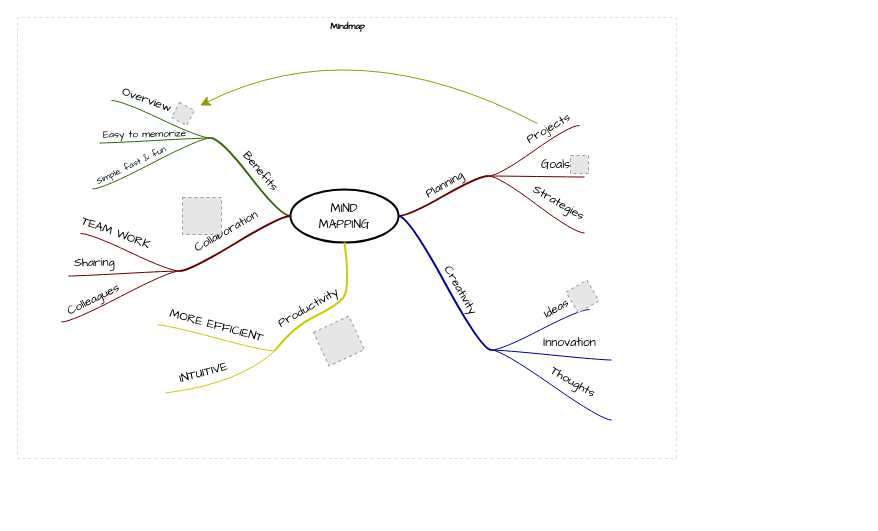
Above: 99.drawio in wulihuawuqia/draw (draw.io), before the change. Source tidied: cells renumbered, new cells numbered last; positions are measured from the earlier drawing's top-left corner, leaving out a move shared by most shapes. Both pictures are drawn from the tidied source at 100%, with x=0, y=0 at pixel (17, 17). Pictures stored in the file or linked from it are replaced by grey dashed boxes.
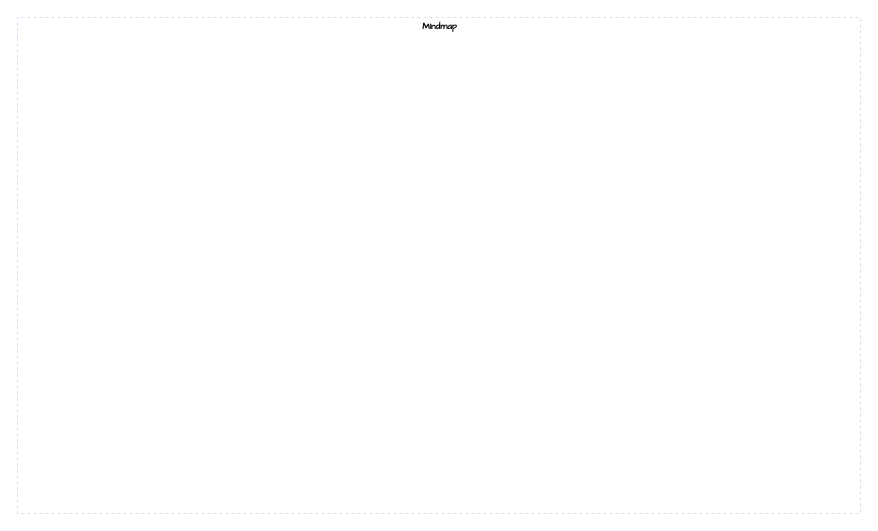
After the change.

The edit, as a diff of the source:
```diff
@@
     <mxCell id="2" value="Mindmap" style="swimlane;html=1;startSize=20;horizontal=1;containerType=tree;labelBackgroundColor=none;strokeColor=#D4E1F5;strokeWidth=1;fillColor=none;fontFamily=Comic Sans MS;fontSize=9;swimlaneLine=0;dashed=1;" parent="1" vertex="1">
-      <mxGeometry width="659" height="441" as="geometry" />
+      <mxGeometry width="843" height="496" as="geometry" />
     </mxCell>
-    <mxCell id="3" value="&lt;font face=&quot;Comic Sans MS&quot;&gt;MIND&lt;br&gt;MAPPING&lt;/font&gt;" style="ellipse;whiteSpace=wrap;html=1;align=center;strokeWidth=2;" parent="2" vertex="1">
-      <mxGeometry x="273" y="172" width="108" height="53" as="geometry" />
-    </mxCell>
-    <mxCell id="4" style="whiteSpace=wrap;html=1;rounded=1;arcSize=50;align=center;verticalAlign=middle;strokeWidth=1;spacing=4;" parent="2" vertex="1">
-      <mxGeometry x="471" y="158" height="1" as="geometry" />
-    </mxCell>
-    <mxCell id="5" style="edgeStyle=entityRelationEdgeStyle;startArrow=none;endArrow=none;segment=10;curved=1;strokeWidth=2;strokeColor=#660000;rounded=0;fontSize=12;startSize=8;endSize=8;" parent="2" edge="1" source="3" target="4">
-      <mxGeometry relative="1" as="geometry" />
-    </mxCell>
-    <mxCell id="6" value="Planning" style="text;html=1;align=center;verticalAlign=middle;labelBackgroundColor=none;rotation=-30;fontFamily=Comic Sans MS;" parent="5" vertex="1">
-      <mxGeometry x="0.02" y="2" relative="1" as="geometry">
-        <mxPoint x="1" y="-9" as="offset" />
-      </mxGeometry>
-    </mxCell>
-    <mxCell id="7" style="whiteSpace=wrap;html=1;rounded=1;arcSize=50;align=center;verticalAlign=middle;strokeWidth=1;spacing=4;" parent="2" vertex="1" collapsed="1">
-      <mxGeometry x="562" y="108" width="5" as="geometry" />
-    </mxCell>
-    <mxCell id="8" style="edgeStyle=entityRelationEdgeStyle;startArrow=none;endArrow=none;segment=10;curved=1;strokeColor=#660000;rounded=0;fontSize=12;startSize=8;endSize=8;" parent="2" edge="1" source="4" target="7">
-      <mxGeometry relative="1" as="geometry" />
-    </mxCell>
-    <mxCell id="9" value="Projects" style="text;html=1;points=[];align=center;verticalAlign=middle;labelBackgroundColor=none;fontFamily=Comic Sans MS;rotation=-30;" parent="8" vertex="1">
-      <mxGeometry x="0.26" relative="1" as="geometry">
-        <mxPoint x="3" y="-14" as="offset" />
-      </mxGeometry>
-    </mxCell>
-    <mxCell id="10" style="whiteSpace=wrap;html=1;rounded=1;arcSize=50;align=center;verticalAlign=middle;strokeWidth=1;spacing=4;" parent="2" vertex="1">
-      <mxGeometry x="567" y="159" height="1" as="geometry" />
-    </mxCell>
-    <mxCell id="11" style="edgeStyle=entityRelationEdgeStyle;startArrow=none;endArrow=none;segment=10;curved=1;strokeColor=#660000;rounded=0;fontSize=12;startSize=8;endSize=8;" parent="2" edge="1" source="4" target="10">
-      <mxGeometry relative="1" as="geometry" />
-    </mxCell>
-    <mxCell id="12" value="Goals" style="text;html=1;align=center;verticalAlign=middle;labelBackgroundColor=none;fontFamily=Comic Sans MS;rotation=0;" parent="11" vertex="1">
-      <mxGeometry x="-0.11" y="-1" relative="1" as="geometry">
-        <mxPoint x="24" y="-12" as="offset" />
-      </mxGeometry>
-    </mxCell>
-    <mxCell id="13" style="whiteSpace=wrap;html=1;rounded=1;arcSize=50;align=center;verticalAlign=middle;strokeWidth=1;spacing=4;" parent="2" vertex="1">
-      <mxGeometry x="567" y="215" height="1" as="geometry" />
-    </mxCell>
-    <mxCell id="14" style="edgeStyle=entityRelationEdgeStyle;startArrow=none;endArrow=none;segment=10;curved=1;strokeColor=#660000;rounded=0;fontSize=12;startSize=8;endSize=8;" parent="2" edge="1" source="4" target="13">
-      <mxGeometry relative="1" as="geometry" />
-    </mxCell>
-    <mxCell id="15" value="Strategies" style="text;html=1;align=center;verticalAlign=middle;labelBackgroundColor=none;fontFamily=Comic Sans MS;rotation=30;" parent="14" vertex="1">
-      <mxGeometry x="-0.11" y="-1" relative="1" as="geometry">
-        <mxPoint x="28" y="1" as="offset" />
-      </mxGeometry>
-    </mxCell>
-    <mxCell id="16" style="whiteSpace=wrap;html=1;rounded=1;arcSize=50;align=center;verticalAlign=middle;strokeWidth=1;spacing=4;" parent="2" vertex="1">
-      <mxGeometry x="474" y="332" height="1" as="geometry" />
-    </mxCell>
-    <mxCell id="17" style="edgeStyle=entityRelationEdgeStyle;startArrow=none;endArrow=none;segment=10;curved=1;strokeWidth=2;strokeColor=#000099;rounded=0;fontSize=12;startSize=8;endSize=8;" parent="2" edge="1" source="3" target="16">
-      <mxGeometry relative="1" as="geometry" />
-    </mxCell>
-    <mxCell id="18" value="Creativity" style="text;html=1;align=center;verticalAlign=middle;labelBackgroundColor=none;rotation=60;fontFamily=Comic Sans MS;" parent="17" vertex="1">
-      <mxGeometry x="0.02" y="2" relative="1" as="geometry">
-        <mxPoint x="13" y="6" as="offset" />
-      </mxGeometry>
-    </mxCell>
-    <mxCell id="19" style="whiteSpace=wrap;html=1;rounded=1;arcSize=50;align=center;verticalAlign=middle;strokeWidth=1;spacing=4;" parent="2" vertex="1">
-      <mxGeometry x="572" y="292" width="5" as="geometry" />
-    </mxCell>
-    <mxCell id="20" style="edgeStyle=entityRelationEdgeStyle;startArrow=none;endArrow=none;segment=10;curved=1;strokeColor=#000099;rounded=0;fontSize=12;startSize=8;endSize=8;" parent="2" edge="1" source="16" target="19">
-      <mxGeometry relative="1" as="geometry" />
-    </mxCell>
-    <mxCell id="21" value="Ideas" style="text;html=1;align=center;verticalAlign=middle;labelBackgroundColor=none;fontFamily=Comic Sans MS;rotation=-30;" parent="20" vertex="1">
-      <mxGeometry x="0.26" relative="1" as="geometry">
-        <mxPoint x="3" y="-14" as="offset" />
-      </mxGeometry>
-    </mxCell>
-    <mxCell id="22" style="whiteSpace=wrap;html=1;rounded=1;arcSize=50;align=center;verticalAlign=middle;strokeWidth=1;spacing=4;" parent="2" vertex="1">
-      <mxGeometry x="594" y="342" height="1" as="geometry" />
-    </mxCell>
-    <mxCell id="23" style="edgeStyle=entityRelationEdgeStyle;startArrow=none;endArrow=none;segment=10;curved=1;strokeColor=#000099;rounded=0;fontSize=12;startSize=8;endSize=8;" parent="2" edge="1" source="16" target="22">
-      <mxGeometry relative="1" as="geometry" />
-    </mxCell>
-    <mxCell id="24" value="Innovation" style="text;html=1;align=center;verticalAlign=middle;labelBackgroundColor=none;fontFamily=Comic Sans MS;rotation=0;" parent="23" vertex="1">
-      <mxGeometry x="-0.11" y="-1" relative="1" as="geometry">
-        <mxPoint x="24" y="-12" as="offset" />
-      </mxGeometry>
-    </mxCell>
-    <mxCell id="25" style="whiteSpace=wrap;html=1;rounded=1;arcSize=50;align=center;verticalAlign=middle;strokeWidth=1;spacing=4;" parent="2" vertex="1">
-      <mxGeometry x="594" y="402" height="1" as="geometry" />
-    </mxCell>
-    <mxCell id="26" style="edgeStyle=entityRelationEdgeStyle;startArrow=none;endArrow=none;segment=10;curved=1;strokeColor=#000099;rounded=0;fontSize=12;startSize=8;endSize=8;" parent="2" edge="1" source="16" target="25">
-      <mxGeometry relative="1" as="geometry" />
-    </mxCell>
-    <mxCell id="27" value="Thoughts" style="text;html=1;align=center;verticalAlign=middle;labelBackgroundColor=none;fontFamily=Comic Sans MS;rotation=30;" parent="26" vertex="1">
-      <mxGeometry x="-0.11" y="-1" relative="1" as="geometry">
-        <mxPoint x="28" y="1" as="offset" />
-      </mxGeometry>
-    </mxCell>
-    <mxCell id="28" style="fillColor=#E6E6E6;strokeColor=#999999;dashed=1;html=1;verticalAlign=top;verticalLabelPosition=bottom;labelBackgroundColor=#ffffff;fontFamily=Comic Sans MS;rotation=-30;" parent="2" vertex="1">
-      <mxGeometry x="553" y="267" width="24" height="24" as="geometry" />
-    </mxCell>
-    <mxCell id="29" style="edgeStyle=entityRelationEdgeStyle;jumpStyle=arc;html=1;endArrow=classicThin;endFill=1;jettySize=auto;strokeColor=none;strokeWidth=2;fontFamily=Comic Sans MS;rounded=0;fontSize=12;startSize=8;endSize=8;curved=1;" parent="2" edge="1" source="19" target="28">
-      <mxGeometry relative="1" as="geometry" />
-    </mxCell>
-    <mxCell id="30" style="fillColor=#E6E6E6;strokeColor=#999999;dashed=1;html=1;verticalAlign=top;verticalLabelPosition=bottom;labelBackgroundColor=#ffffff;fontFamily=Comic Sans MS;" parent="2" vertex="1">
-      <mxGeometry x="553" y="138" width="18" height="18" as="geometry" />
-    </mxCell>
-    <mxCell id="31" style="edgeStyle=entityRelationEdgeStyle;jumpStyle=arc;html=1;endArrow=classicThin;endFill=1;jettySize=auto;strokeColor=none;strokeWidth=2;fontFamily=Comic Sans MS;rounded=0;fontSize=12;startSize=8;endSize=8;curved=1;" parent="2" edge="1" source="10" target="30">
-      <mxGeometry relative="1" as="geometry" />
-    </mxCell>
-    <mxCell id="32" style="whiteSpace=wrap;html=1;rounded=1;arcSize=50;align=center;verticalAlign=middle;strokeWidth=1;spacing=4;" parent="2" vertex="1">
-      <mxGeometry x="193" y="120" height="1" as="geometry" />
-    </mxCell>
-    <mxCell id="33" style="edgeStyle=entityRelationEdgeStyle;startArrow=none;endArrow=none;segment=10;curved=1;strokeWidth=2;strokeColor=#336600;rounded=0;fontSize=12;startSize=8;endSize=8;" parent="2" edge="1" source="3" target="32">
-      <mxGeometry relative="1" as="geometry" />
-    </mxCell>
-    <mxCell id="34" value="Benefits" style="text;html=1;align=center;verticalAlign=middle;labelBackgroundColor=none;rotation=50;fontFamily=Comic Sans MS;" parent="33" vertex="1">
-      <mxGeometry x="0.02" y="2" relative="1" as="geometry">
-        <mxPoint x="12" y="-7" as="offset" />
-      </mxGeometry>
-    </mxCell>
-    <mxCell id="35" style="whiteSpace=wrap;html=1;rounded=1;arcSize=50;align=center;verticalAlign=middle;strokeWidth=1;spacing=4;" parent="2" vertex="1">
-      <mxGeometry x="75" y="171" height="1" as="geometry" />
-    </mxCell>
-    <mxCell id="36" style="edgeStyle=entityRelationEdgeStyle;startArrow=none;endArrow=none;segment=10;curved=1;strokeColor=#336600;rounded=0;fontSize=12;startSize=8;endSize=8;" parent="2" edge="1" source="32" target="35">
-      <mxGeometry relative="1" as="geometry" />
-    </mxCell>
-    <mxCell id="37" value="Simple, fast &amp;amp; fun" style="text;html=1;align=center;verticalAlign=middle;labelBackgroundColor=none;fontFamily=Comic Sans MS;rotation=-26;fontSize=9;" parent="36" vertex="1">
-      <mxGeometry x="-0.11" y="-1" relative="1" as="geometry">
-        <mxPoint x="-27" y="7" as="offset" />
-      </mxGeometry>
-    </mxCell>
-    <mxCell id="38" style="whiteSpace=wrap;html=1;rounded=1;arcSize=50;align=center;verticalAlign=middle;strokeWidth=1;spacing=4;" parent="2" vertex="1">
-      <mxGeometry x="82" y="125" height="1" as="geometry" />
-    </mxCell>
-    <mxCell id="39" style="edgeStyle=entityRelationEdgeStyle;startArrow=none;endArrow=none;segment=10;curved=1;strokeColor=#336600;rounded=0;fontSize=12;startSize=8;endSize=8;" parent="2" edge="1" source="32" target="38">
-      <mxGeometry relative="1" as="geometry" />
-    </mxCell>
-    <mxCell id="40" value="Easy to memorize" style="text;html=1;align=center;verticalAlign=middle;labelBackgroundColor=none;fontFamily=Comic Sans MS;rotation=-1;fontSize=10;" parent="39" vertex="1">
-      <mxGeometry x="-0.11" y="-1" relative="1" as="geometry">
-        <mxPoint x="-18" y="-6" as="offset" />
-      </mxGeometry>
-    </mxCell>
-    <mxCell id="41" style="whiteSpace=wrap;html=1;rounded=1;arcSize=50;align=center;verticalAlign=middle;strokeWidth=1;spacing=4;" parent="2" vertex="1" collapsed="1">
-      <mxGeometry x="89" y="83" width="5" as="geometry" />
-    </mxCell>
-    <mxCell id="42" style="edgeStyle=entityRelationEdgeStyle;startArrow=none;endArrow=none;segment=10;curved=1;strokeColor=#336600;rounded=0;fontSize=12;startSize=8;endSize=8;" parent="2" edge="1" source="32" target="41">
-      <mxGeometry relative="1" as="geometry" />
-    </mxCell>
-    <mxCell id="43" value="Overview" style="text;html=1;align=center;verticalAlign=middle;labelBackgroundColor=none;fontFamily=Comic Sans MS;rotation=20;" parent="42" vertex="1">
-      <mxGeometry x="0.26" relative="1" as="geometry">
-        <mxPoint x="-2" y="-13" as="offset" />
-      </mxGeometry>
-    </mxCell>
-    <mxCell id="44" style="fillColor=#E6E6E6;strokeColor=#999999;dashed=1;html=1;verticalAlign=top;verticalLabelPosition=bottom;labelBackgroundColor=#ffffff;fontFamily=Comic Sans MS;fontSize=10;rotation=28;" parent="2" vertex="1">
-      <mxGeometry x="157" y="88" width="17" height="17" as="geometry" />
-    </mxCell>
-    <mxCell id="45" style="endArrow=classic;html=1;curved=1;sourcePerimeterSpacing=10;strokeColor=#999900;targetPerimeterSpacing=7;rounded=0;fontSize=12;startSize=8;endSize=8;" parent="2" edge="1" source="9" target="44">
-      <mxGeometry relative="1" as="geometry">
-        <Array as="points">
-          <mxPoint x="338" y="11" />
-        </Array>
-      </mxGeometry>
-    </mxCell>
-    <mxCell id="46" style="jumpStyle=arc;html=1;endArrow=classicThin;endFill=1;jettySize=auto;strokeColor=none;strokeWidth=2;fontFamily=Comic Sans MS;fontSize=10;rounded=0;startSize=8;endSize=8;curved=1;" parent="2" edge="1" source="32" target="44">
-      <mxGeometry relative="1" as="geometry" />
+    <mxCell id="46" style="jumpStyle=arc;html=1;endArrow=classicThin;endFill=1;jettySize=auto;orthogonalLoop=1;strokeColor=none;strokeWidth=2;fontFamily=Comic Sans MS;fontSize=10;rounded=0;startSize=8;endSize=8;curved=1;" parent="2" edge="1">
+      <mxGeometry relative="1" as="geometry">
+        <mxPoint x="431.9" y="118.8" as="sourcePoint" />
+        <mxPoint x="303" y="119" as="targetPoint" />
+      </mxGeometry>
     </mxCell>
-    <mxCell id="47" style="whiteSpace=wrap;html=1;rounded=1;arcSize=50;align=center;verticalAlign=middle;strokeWidth=1;spacing=4;" parent="2" vertex="1">
-      <mxGeometry x="162" y="253" height="1" as="geometry" />
-    </mxCell>
-    <mxCell id="48" style="edgeStyle=entityRelationEdgeStyle;startArrow=none;endArrow=none;segment=10;curved=1;strokeWidth=2;strokeColor=#660000;rounded=0;fontSize=12;startSize=8;endSize=8;" parent="2" edge="1" source="3" target="47">
-      <mxGeometry relative="1" as="geometry" />
-    </mxCell>
-    <mxCell id="49" value="Collaboration" style="text;html=1;align=center;verticalAlign=middle;labelBackgroundColor=none;rotation=-30;fontFamily=Comic Sans MS;" parent="48" vertex="1">
-      <mxGeometry x="0.02" y="2" relative="1" as="geometry">
-        <mxPoint x="-10" y="-13" as="offset" />
-      </mxGeometry>
-    </mxCell>
-    <mxCell id="50" style="whiteSpace=wrap;html=1;rounded=1;arcSize=50;align=center;verticalAlign=middle;strokeWidth=1;spacing=4;" parent="2" vertex="1">
-      <mxGeometry x="44" y="304" height="1" as="geometry" />
-    </mxCell>
-    <mxCell id="51" style="edgeStyle=entityRelationEdgeStyle;startArrow=none;endArrow=none;segment=10;curved=1;strokeColor=#660000;rounded=0;fontSize=12;startSize=8;endSize=8;" parent="2" edge="1" source="47" target="50">
-      <mxGeometry relative="1" as="geometry" />
-    </mxCell>
-    <mxCell id="52" value="Colleagues" style="text;html=1;align=center;verticalAlign=middle;labelBackgroundColor=none;fontFamily=Comic Sans MS;rotation=-26;fontSize=12;" parent="51" vertex="1">
-      <mxGeometry x="-0.11" y="-1" relative="1" as="geometry">
-        <mxPoint x="-34" y="8" as="offset" />
-      </mxGeometry>
-    </mxCell>
-    <mxCell id="53" style="whiteSpace=wrap;html=1;rounded=1;arcSize=50;align=center;verticalAlign=middle;strokeWidth=1;spacing=4;" parent="2" vertex="1">
-      <mxGeometry x="51" y="258" height="1" as="geometry" />
-    </mxCell>
-    <mxCell id="54" style="edgeStyle=entityRelationEdgeStyle;startArrow=none;endArrow=none;segment=10;curved=1;strokeColor=#660000;rounded=0;fontSize=12;startSize=8;endSize=8;" parent="2" edge="1" source="47" target="53">
-      <mxGeometry relative="1" as="geometry" />
-    </mxCell>
-    <mxCell id="55" value="Sharing" style="text;html=1;align=center;verticalAlign=middle;labelBackgroundColor=none;fontFamily=Comic Sans MS;rotation=-1;fontSize=12;" parent="54" vertex="1">
-      <mxGeometry x="-0.11" y="-1" relative="1" as="geometry">
-        <mxPoint x="-37" y="-9" as="offset" />
-      </mxGeometry>
-    </mxCell>
-    <mxCell id="56" style="whiteSpace=wrap;html=1;rounded=1;arcSize=50;align=center;verticalAlign=middle;strokeWidth=1;spacing=4;" parent="2" vertex="1" collapsed="1">
-      <mxGeometry x="58" y="216" width="5" as="geometry" />
-    </mxCell>
-    <mxCell id="57" style="edgeStyle=entityRelationEdgeStyle;startArrow=none;endArrow=none;segment=10;curved=1;strokeColor=#660000;rounded=0;fontSize=12;startSize=8;endSize=8;" parent="2" edge="1" source="47" target="56">
-      <mxGeometry relative="1" as="geometry" />
-    </mxCell>
-    <mxCell id="58" value="TEAM WORK" style="text;html=1;align=center;verticalAlign=middle;labelBackgroundColor=none;fontFamily=Comic Sans MS;rotation=20;" parent="57" vertex="1">
-      <mxGeometry x="0.26" relative="1" as="geometry">
-        <mxPoint x="-2" y="-13" as="offset" />
-      </mxGeometry>
-    </mxCell>
-    <mxCell id="59" style="fillColor=#E6E6E6;strokeColor=#999999;dashed=1;html=1;verticalAlign=top;verticalLabelPosition=bottom;labelBackgroundColor=#ffffff;fontFamily=Comic Sans MS;fontSize=12;fontColor=#000000;align=center;" parent="2" vertex="1">
-      <mxGeometry x="165" y="180" width="39" height="37" as="geometry" />
-    </mxCell>
-    <mxCell id="60" style="edgeStyle=none;jumpStyle=arc;html=1;entryX=0.5;entryY=1;entryPerimeter=0;endArrow=classicThin;endFill=1;jettySize=auto;strokeColor=none;strokeWidth=2;fontFamily=Comic Sans MS;fontSize=12;rounded=0;startSize=8;endSize=8;curved=1;" parent="2" edge="1" source="47" target="59">
-      <mxGeometry relative="1" as="geometry" />
-    </mxCell>
-    <mxCell id="61" style="whiteSpace=wrap;html=1;rounded=1;arcSize=50;align=center;verticalAlign=middle;strokeWidth=1;spacing=4;" parent="2" vertex="1">
-      <mxGeometry x="257" y="333" height="1" as="geometry" />
-    </mxCell>
-    <mxCell id="62" style="startArrow=none;endArrow=none;segment=10;strokeWidth=2;strokeColor=#CCCC00;exitX=0.5;exitY=1;curved=1;rounded=0;fontSize=12;startSize=8;endSize=8;" parent="2" edge="1" source="3" target="61">
-      <mxGeometry relative="1" as="geometry">
-        <Array as="points">
-          <mxPoint x="333" y="272" />
-          <mxPoint x="318" y="289" />
-          <mxPoint x="276" y="309" />
-        </Array>
-      </mxGeometry>
-    </mxCell>
-    <mxCell id="63" value="Productivity" style="text;html=1;align=center;verticalAlign=middle;labelBackgroundColor=none;rotation=-30;fontFamily=Comic Sans MS;" parent="62" vertex="1">
-      <mxGeometry x="0.02" y="2" relative="1" as="geometry">
-        <mxPoint x="-24" y="-2" as="offset" />
-      </mxGeometry>
-    </mxCell>
-    <mxCell id="64" style="whiteSpace=wrap;html=1;rounded=1;arcSize=50;align=center;verticalAlign=middle;strokeWidth=1;spacing=4;" parent="2" vertex="1">
-      <mxGeometry x="148" y="375" height="1" as="geometry" />
-    </mxCell>
-    <mxCell id="65" style="startArrow=none;endArrow=none;segment=10;strokeColor=#CCCC00;curved=1;rounded=0;fontSize=12;startSize=8;endSize=8;" parent="2" edge="1" source="61" target="64">
-      <mxGeometry relative="1" as="geometry">
-        <Array as="points">
-          <mxPoint x="222" y="366" />
-        </Array>
-      </mxGeometry>
-    </mxCell>
-    <mxCell id="66" value="INTUITIVE" style="text;html=1;align=center;verticalAlign=middle;labelBackgroundColor=none;fontFamily=Comic Sans MS;rotation=-15;fontSize=12;" parent="65" vertex="1">
-      <mxGeometry x="-0.11" y="-1" relative="1" as="geometry">
-        <mxPoint x="-30" y="-10" as="offset" />
-      </mxGeometry>
-    </mxCell>
-    <mxCell id="67" style="whiteSpace=wrap;html=1;rounded=1;arcSize=50;align=center;verticalAlign=middle;strokeWidth=1;spacing=4;" parent="2" vertex="1">
-      <mxGeometry x="140" y="307" height="1" as="geometry" />
-    </mxCell>
-    <mxCell id="68" style="edgeStyle=entityRelationEdgeStyle;startArrow=none;endArrow=none;segment=10;curved=1;strokeColor=#CCCC00;rounded=0;fontSize=12;startSize=8;endSize=8;" parent="2" edge="1" source="61" target="67">
-      <mxGeometry relative="1" as="geometry" />
-    </mxCell>
-    <mxCell id="69" value="MORE EFFICIENT" style="text;html=1;align=center;verticalAlign=middle;labelBackgroundColor=none;fontFamily=Comic Sans MS;rotation=15;fontSize=12;" parent="68" vertex="1">
-      <mxGeometry x="-0.11" y="-1" relative="1" as="geometry">
-        <mxPoint x="-6" y="-13" as="offset" />
-      </mxGeometry>
-    </mxCell>
-    <mxCell id="70" style="fillColor=#E6E6E6;strokeColor=#999999;dashed=1;html=1;verticalAlign=top;verticalLabelPosition=bottom;labelBackgroundColor=#ffffff;fontFamily=Comic Sans MS;fontSize=12;fontColor=#000000;align=center;rotation=-25;" parent="2" vertex="1">
-      <mxGeometry x="302" y="305" width="39" height="37" as="geometry" />
-    </mxCell>
-    <mxCell id="71" style="edgeStyle=none;jumpStyle=arc;html=1;entryX=0.5;entryY=1;entryPerimeter=0;endArrow=classicThin;endFill=1;jettySize=auto;strokeColor=none;strokeWidth=2;fontFamily=Comic Sans MS;fontSize=12;rounded=0;startSize=8;endSize=8;curved=1;" parent="2" edge="1" source="61" target="70">
-      <mxGeometry relative="1" as="geometry" />
-    </mxCell>
```
